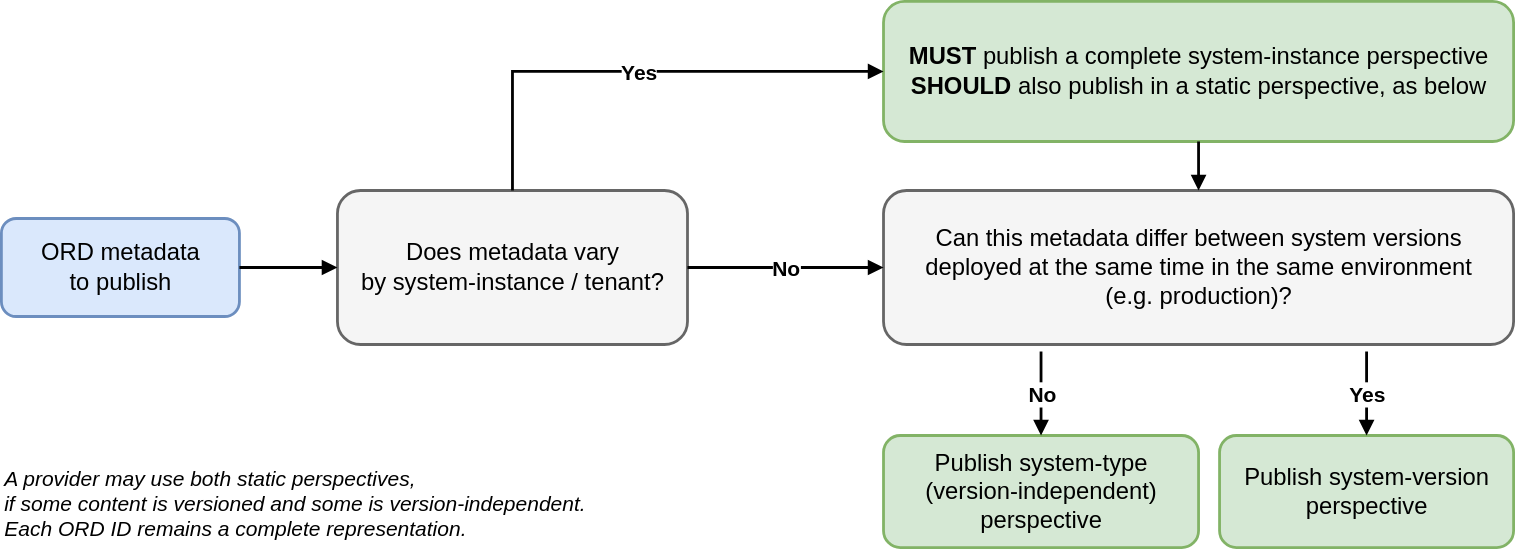
The draw.io diagram static/img/provider-perspective-selection.drawio.svg in open-resource-discovery/specification, before a commit. Source tidied: cells renumbered, new cells last; positions are measured from the earlier drawing's top-left corner, leaving out a move shared by most shapes.
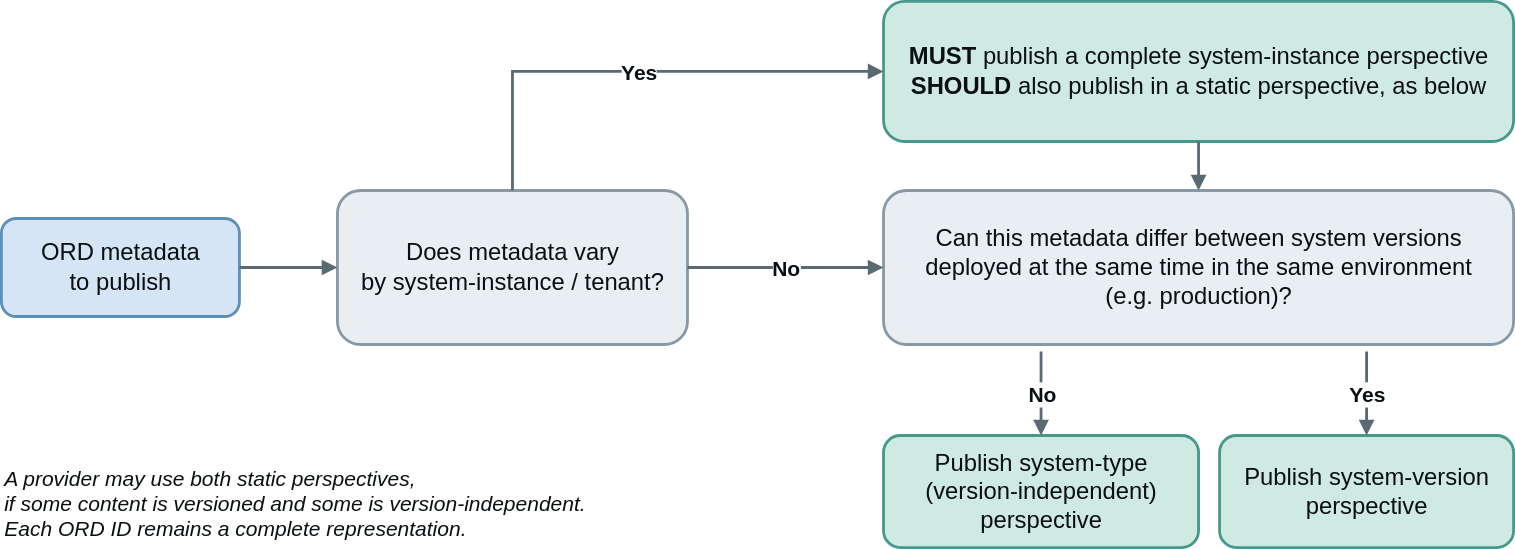
Later version of the same file.

The edit, as a diff of the source:
```diff
@@ -2,45 +2,45 @@
   <root>
     <mxCell id="0" />
     <mxCell id="1" parent="0" />
-    <mxCell id="2" value="ORD metadata&lt;br&gt;to publish" style="rounded=1;whiteSpace=wrap;html=1;fillColor=#dae8fc;strokeColor=#6c8ebf;strokeWidth=2;fontSize=17;" parent="1" vertex="1">
+    <mxCell id="2" value="ORD metadata&lt;br&gt;to publish" style="rounded=1;whiteSpace=wrap;html=1;fillColor=#d5e5f6;strokeColor=#5c8fb9;strokeWidth=2;fontSize=17;fontColor=#0a0f12;" parent="1" vertex="1">
       <mxGeometry y="155" width="170" height="70" as="geometry" />
     </mxCell>
-    <mxCell id="3" value="Does metadata vary&lt;br&gt;by system-instance / tenant?" style="rounded=1;whiteSpace=wrap;html=1;fillColor=#f5f5f5;strokeColor=#666666;strokeWidth=2;fontSize=17;" parent="1" vertex="1">
+    <mxCell id="3" value="Does metadata vary&lt;br&gt;by system-instance / tenant?" style="rounded=1;whiteSpace=wrap;html=1;fillColor=#e9eef3;strokeColor=#8799a6;strokeWidth=2;fontSize=17;fontColor=#0a0f12;" parent="1" vertex="1">
       <mxGeometry x="240" y="135" width="250" height="110" as="geometry" />
     </mxCell>
-    <mxCell id="4" value="&lt;b&gt;MUST&lt;/b&gt; publish a complete system-instance perspective&lt;br&gt;&lt;b&gt;SHOULD&lt;/b&gt; also publish in a static perspective, as below" style="rounded=1;whiteSpace=wrap;html=1;fillColor=#d5e8d4;strokeColor=#82b366;strokeWidth=2;fontSize=17;" parent="1" vertex="1">
+    <mxCell id="4" value="&lt;b&gt;MUST&lt;/b&gt; publish a complete system-instance perspective&lt;br&gt;&lt;b&gt;SHOULD&lt;/b&gt; also publish in a static perspective, as below" style="rounded=1;whiteSpace=wrap;html=1;fillColor=#cfe9e3;strokeColor=#46988d;strokeWidth=2;fontSize=17;fontColor=#0a0f12;" parent="1" vertex="1">
       <mxGeometry x="630" width="450" height="100" as="geometry" />
     </mxCell>
-    <mxCell id="5" value="Can this metadata differ between system versions&lt;br&gt;deployed at the same time in the same environment&lt;br&gt;(e.g. production)?" style="rounded=1;whiteSpace=wrap;html=1;fillColor=#f5f5f5;strokeColor=#666666;strokeWidth=2;fontSize=17;" parent="1" vertex="1">
+    <mxCell id="5" value="Can this metadata differ between system versions&lt;br&gt;deployed at the same time in the same environment&lt;br&gt;(e.g. production)?" style="rounded=1;whiteSpace=wrap;html=1;fillColor=#e9eef3;strokeColor=#8799a6;strokeWidth=2;fontSize=17;fontColor=#0a0f12;" parent="1" vertex="1">
       <mxGeometry x="630" y="135" width="450" height="110" as="geometry" />
     </mxCell>
-    <mxCell id="6" value="Publish&amp;nbsp;system-version perspective" style="rounded=1;whiteSpace=wrap;html=1;fillColor=#d5e8d4;strokeColor=#82b366;strokeWidth=2;fontSize=17;" parent="1" vertex="1">
+    <mxCell id="6" value="Publish&amp;nbsp;system-version perspective" style="rounded=1;whiteSpace=wrap;html=1;fillColor=#cfe9e3;strokeColor=#46988d;strokeWidth=2;fontSize=17;fontColor=#0a0f12;" parent="1" vertex="1">
       <mxGeometry x="870" y="310" width="210" height="80" as="geometry" />
     </mxCell>
-    <mxCell id="7" value="Publish system-type&lt;br&gt;(version-independent) perspective" style="rounded=1;whiteSpace=wrap;html=1;fillColor=#d5e8d4;strokeColor=#82b366;strokeWidth=2;fontSize=17;" parent="1" vertex="1">
+    <mxCell id="7" value="Publish system-type&lt;br&gt;(version-independent) perspective" style="rounded=1;whiteSpace=wrap;html=1;fillColor=#cfe9e3;strokeColor=#46988d;strokeWidth=2;fontSize=17;fontColor=#0a0f12;" parent="1" vertex="1">
       <mxGeometry x="630" y="310" width="225" height="80" as="geometry" />
     </mxCell>
-    <mxCell id="8" value="A provider may use both static perspectives,&amp;nbsp;&lt;br&gt;if some content is versioned and some is version-independent.&lt;br&gt;Each ORD ID remains a complete representation." style="text;html=1;strokeColor=none;fillColor=none;align=left;verticalAlign=middle;fontStyle=2;fontSize=15;" parent="1" vertex="1">
+    <mxCell id="8" value="A provider may use both static perspectives,&amp;nbsp;&lt;br&gt;if some content is versioned and some is version-independent.&lt;br&gt;Each ORD ID remains a complete representation." style="text;html=1;strokeColor=none;fillColor=none;align=left;verticalAlign=middle;fontStyle=2;fontSize=15;fontColor=#0a0f12;" parent="1" vertex="1">
       <mxGeometry y="325" width="410" height="65" as="geometry" />
     </mxCell>
-    <mxCell id="9" style="edgeStyle=orthogonalEdgeStyle;rounded=0;jettySize=auto;html=1;endArrow=block;endFill=1;strokeWidth=2;" parent="1" edge="1" source="2" target="3">
+    <mxCell id="9" style="edgeStyle=orthogonalEdgeStyle;rounded=0;jettySize=auto;html=1;endArrow=block;endFill=1;strokeWidth=2;fontColor=#0a0f12;strokeColor=#5a6a73;" parent="1" edge="1" source="2" target="3">
       <mxGeometry relative="1" as="geometry" />
     </mxCell>
-    <mxCell id="10" value="Yes" style="edgeStyle=orthogonalEdgeStyle;rounded=0;jettySize=auto;html=1;endArrow=block;endFill=1;strokeWidth=2;fontSize=15;fontStyle=1;exitX=0.5;exitY=0;exitDx=0;exitDy=0;entryX=0;entryY=0.5;entryDx=0;entryDy=0;" parent="1" edge="1" source="3" target="4">
+    <mxCell id="10" value="Yes" style="edgeStyle=orthogonalEdgeStyle;rounded=0;jettySize=auto;html=1;endArrow=block;endFill=1;strokeWidth=2;fontSize=15;fontStyle=1;exitX=0.5;exitY=0;exitDx=0;exitDy=0;entryX=0;entryY=0.5;entryDx=0;entryDy=0;fontColor=#0a0f12;strokeColor=#5a6a73;" parent="1" edge="1" source="3" target="4">
       <mxGeometry relative="1" as="geometry" />
     </mxCell>
-    <mxCell id="11" value="No" style="edgeStyle=orthogonalEdgeStyle;rounded=0;jettySize=auto;html=1;endArrow=block;endFill=1;strokeWidth=2;fontSize=15;fontStyle=1;exitX=1;exitY=0.5;exitDx=0;exitDy=0;entryX=0;entryY=0.5;entryDx=0;entryDy=0;" parent="1" edge="1" source="3" target="5">
+    <mxCell id="11" value="No" style="edgeStyle=orthogonalEdgeStyle;rounded=0;jettySize=auto;html=1;endArrow=block;endFill=1;strokeWidth=2;fontSize=15;fontStyle=1;exitX=1;exitY=0.5;exitDx=0;exitDy=0;entryX=0;entryY=0.5;entryDx=0;entryDy=0;fontColor=#0a0f12;strokeColor=#5a6a73;" parent="1" edge="1" source="3" target="5">
       <mxGeometry relative="1" as="geometry" />
     </mxCell>
-    <mxCell id="12" style="edgeStyle=orthogonalEdgeStyle;rounded=0;jettySize=auto;html=1;endArrow=block;endFill=1;strokeWidth=2;exitX=0.5;exitY=1;exitDx=0;exitDy=0;entryX=0.5;entryY=0;entryDx=0;entryDy=0;" parent="1" edge="1" source="4" target="5">
+    <mxCell id="12" style="edgeStyle=orthogonalEdgeStyle;rounded=0;jettySize=auto;html=1;endArrow=block;endFill=1;strokeWidth=2;exitX=0.5;exitY=1;exitDx=0;exitDy=0;entryX=0.5;entryY=0;entryDx=0;entryDy=0;fontColor=#0a0f12;strokeColor=#5a6a73;" parent="1" edge="1" source="4" target="5">
       <mxGeometry relative="1" as="geometry" />
     </mxCell>
-    <mxCell id="13" value="No" style="edgeStyle=orthogonalEdgeStyle;rounded=0;jettySize=auto;html=1;endArrow=block;endFill=1;strokeWidth=2;fontSize=15;fontStyle=1;entryX=0.5;entryY=0;entryDx=0;entryDy=0;" parent="1" edge="1" target="7">
+    <mxCell id="13" value="No" style="edgeStyle=orthogonalEdgeStyle;rounded=0;jettySize=auto;html=1;endArrow=block;endFill=1;strokeWidth=2;fontSize=15;fontStyle=1;entryX=0.5;entryY=0;entryDx=0;entryDy=0;fontColor=#0a0f12;strokeColor=#5a6a73;" parent="1" edge="1" target="7">
       <mxGeometry relative="1" as="geometry">
         <mxPoint x="742.5" y="250" as="sourcePoint" />
       </mxGeometry>
     </mxCell>
-    <mxCell id="14" value="Yes" style="edgeStyle=orthogonalEdgeStyle;rounded=0;jettySize=auto;html=1;endArrow=block;endFill=1;strokeWidth=2;fontSize=15;fontStyle=1;entryX=0.5;entryY=0;entryDx=0;entryDy=0;" parent="1" edge="1" target="6">
+    <mxCell id="14" value="Yes" style="edgeStyle=orthogonalEdgeStyle;rounded=0;jettySize=auto;html=1;endArrow=block;endFill=1;strokeWidth=2;fontSize=15;fontStyle=1;entryX=0.5;entryY=0;entryDx=0;entryDy=0;fontColor=#0a0f12;strokeColor=#5a6a73;" parent="1" edge="1" target="6">
       <mxGeometry relative="1" as="geometry">
         <mxPoint x="975" y="250" as="sourcePoint" />
       </mxGeometry>
```
